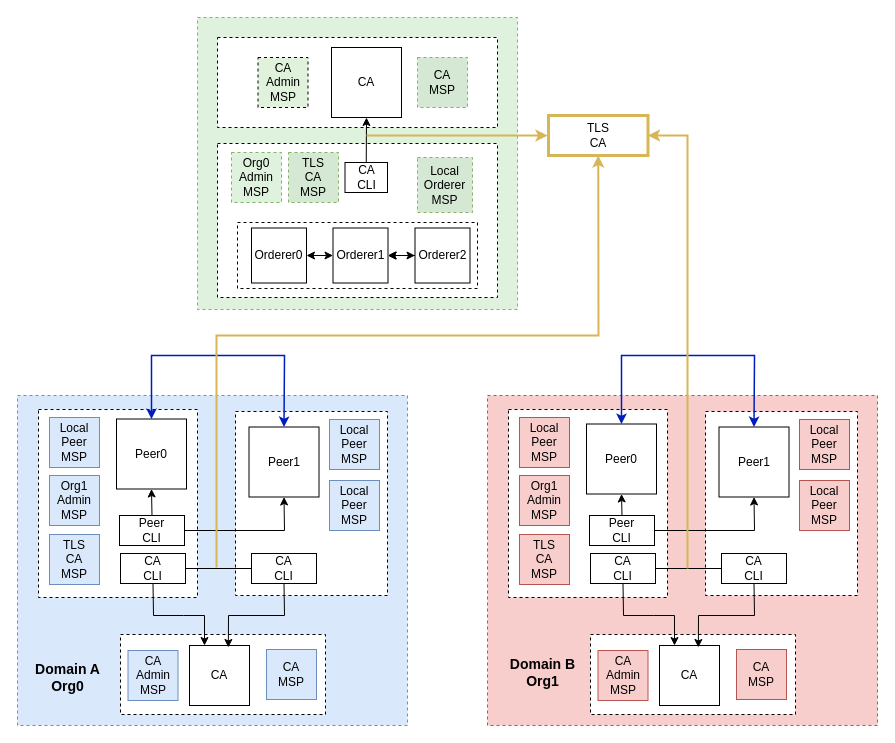
Above: 实验架构图.drawio in Mr-doublehappines/httpServer (draw.io), before the change. Source tidied: cells renumbered, new cells numbered last; positions are measured from the earlier drawing's top-left corner, leaving out a move shared by most shapes. Both pictures are drawn from the tidied source at 100%, with x=0, y=0 at pixel (17, 17).
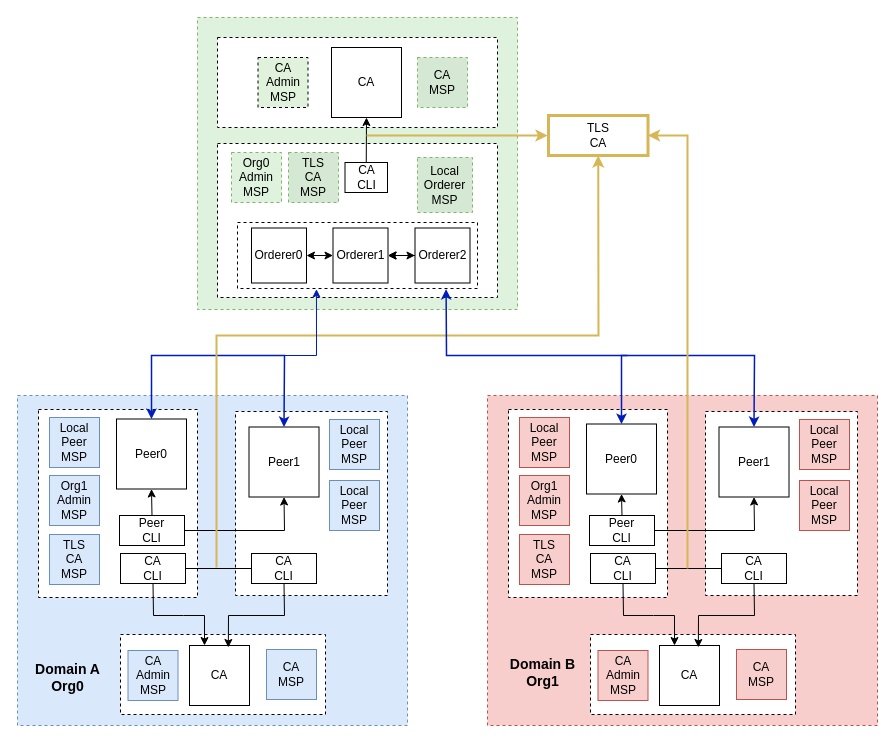
The same page after the edit.

Commit message (it also covers changes not shown here):
更新实验架构图.drawio

Unchanged cells that the change refers to:
```xml
<mxCell id="63" style="rounded=0;whiteSpace=wrap;html=1;dashed=1;" parent="1" vertex="1">
  <mxGeometry x="220" y="205" width="240" height="66" as="geometry" />
</mxCell>
```

The edit, as a diff of the source:
```diff
@@
+    <mxCell id="73" style="endArrow=classic;html=1;rounded=0;entryX=0.329;entryY=1.009;entryDx=0;entryDy=0;entryPerimeter=0;fillColor=#0050ef;strokeColor=#001DBC;" parent="1" edge="1" target="63">
+      <mxGeometry relative="1" as="geometry">
+        <mxPoint x="267" y="338" as="sourcePoint" />
+        <Array as="points">
+          <mxPoint x="299" y="338" />
+        </Array>
+      </mxGeometry>
+    </mxCell>
+    <mxCell id="74" style="endArrow=classic;html=1;rounded=0;entryX=0.869;entryY=1.009;entryDx=0;entryDy=0;entryPerimeter=0;strokeWidth=1.5;fillColor=#0050ef;strokeColor=#001DBC;" parent="1" edge="1">
+      <mxGeometry relative="1" as="geometry">
+        <mxPoint x="610" y="338" as="sourcePoint" />
+        <mxPoint x="428.6" y="271.6" as="targetPoint" />
+        <Array as="points">
+          <mxPoint x="429" y="338" />
+        </Array>
+      </mxGeometry>
+    </mxCell>
```
